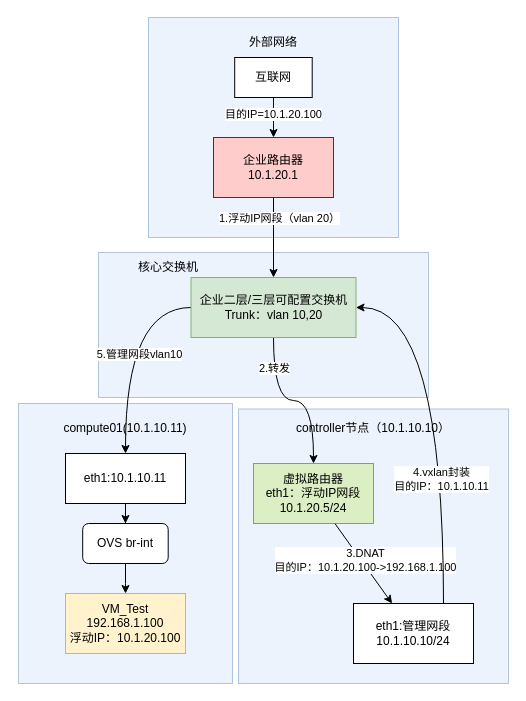
The draw.io diagram 南北流量浮动IP模式.drawio in lrAltas/DrwaIO, before the edit. Source tidied: cells renumbered, new cells numbered last; positions are measured from the earlier drawing's top-left corner, leaving out a move shared by most shapes. Both pictures are drawn from the tidied source at 100%, with x=0, y=0 at pixel (18, 17).
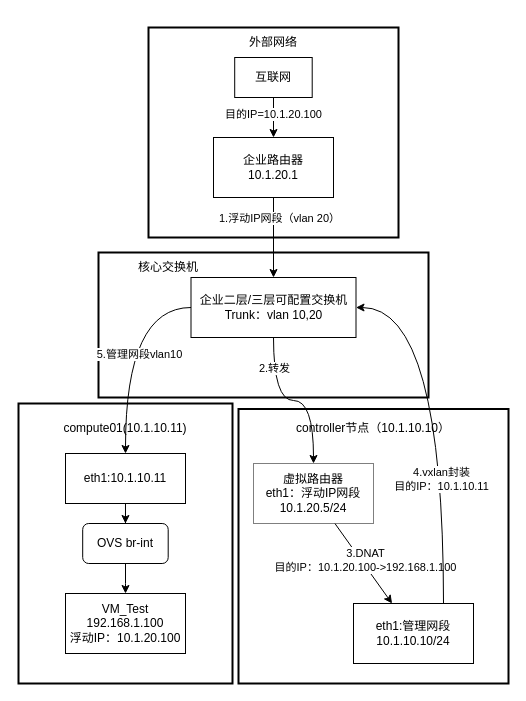
The same diagram, later.

Commit message:
更新南北流量浮动IP模式.drawio

What changed in the source:
```diff
@@
-    <mxCell id="2" style="rounded=0;whiteSpace=wrap;html=1;fillColor=#dae8fc;strokeColor=#6c8ebf;opacity=50;" parent="1" vertex="1">
+    <mxCell id="2" style="rounded=0;whiteSpace=wrap;html=1;strokeWidth=2;" parent="1" vertex="1">
       <mxGeometry x="220" y="391.5" width="270" height="274.5" as="geometry" />
     </mxCell>
-    <mxCell id="3" style="rounded=0;whiteSpace=wrap;html=1;fillColor=#dae8fc;strokeColor=#6c8ebf;opacity=50;" parent="1" vertex="1">
+    <mxCell id="3" style="rounded=0;whiteSpace=wrap;html=1;strokeWidth=2;" parent="1" vertex="1">
       <mxGeometry y="386" width="214" height="280" as="geometry" />
     </mxCell>
-    <mxCell id="4" style="rounded=0;whiteSpace=wrap;html=1;fillColor=#dae8fc;strokeColor=#6c8ebf;opacity=50;" parent="1" vertex="1">
+    <mxCell id="4" style="rounded=0;whiteSpace=wrap;html=1;strokeWidth=2;" parent="1" vertex="1">
       <mxGeometry x="80" y="235" width="330" height="145" as="geometry" />
     </mxCell>
-    <mxCell id="5" style="rounded=0;whiteSpace=wrap;html=1;fillColor=#dae8fc;strokeColor=#6c8ebf;opacity=50;" parent="1" vertex="1">
-      <mxGeometry x="130" width="250" height="220" as="geometry" />
+    <mxCell id="5" style="rounded=0;whiteSpace=wrap;html=1;strokeWidth=2;" parent="1" vertex="1">
+      <mxGeometry x="130" y="10" width="250" height="210" as="geometry" />
     </mxCell>
@@
-    <mxCell id="12" value="&lt;div&gt;企业路由器&lt;/div&gt;&lt;div&gt;10.1.20.1&lt;/div&gt;" style="whiteSpace=wrap;html=1;fillColor=#ffcccc;strokeColor=#36393d;" parent="1" vertex="1">
+    <mxCell id="12" value="&lt;div&gt;企业路由器&lt;/div&gt;&lt;div&gt;10.1.20.1&lt;/div&gt;" style="whiteSpace=wrap;html=1;" parent="1" vertex="1">
       <mxGeometry x="195" y="120" width="120" height="60" as="geometry" />
     </mxCell>
@@
-    <mxCell id="17" value="&lt;div&gt;企业二层/三层可配置交换机&lt;/div&gt;&lt;div&gt;Trunk：vlan 10,20&lt;/div&gt;" style="whiteSpace=wrap;html=1;fillColor=#d5e8d4;strokeColor=#82b366;" parent="1" vertex="1">
+    <mxCell id="17" value="&lt;div&gt;企业二层/三层可配置交换机&lt;/div&gt;&lt;div&gt;Trunk：vlan 10,20&lt;/div&gt;" style="whiteSpace=wrap;html=1;" parent="1" vertex="1">
       <mxGeometry x="172.5" y="260" width="165" height="60" as="geometry" />
     </mxCell>
@@
-    <mxCell id="24" value="&lt;div&gt;VM_Test&lt;/div&gt;&lt;div&gt;192.168.1.100&lt;/div&gt;&lt;div&gt;浮动IP：10.1.20.100&lt;/div&gt;" style="rounded=0;whiteSpace=wrap;html=1;fillColor=#fff2cc;strokeColor=#d6b656;" parent="1" vertex="1">
+    <mxCell id="24" value="&lt;div&gt;VM_Test&lt;/div&gt;&lt;div&gt;192.168.1.100&lt;/div&gt;&lt;div&gt;浮动IP：10.1.20.100&lt;/div&gt;" style="rounded=0;whiteSpace=wrap;html=1;" parent="1" vertex="1">
       <mxGeometry x="47" y="576" width="120" height="60" as="geometry" />
     </mxCell>
@@
-    <mxCell id="27" value="&lt;div&gt;虚拟路由器&lt;/div&gt;&lt;div&gt;eth1：浮动IP网段&lt;/div&gt;&lt;div&gt;10.1.20.5/24&lt;/div&gt;" style="rounded=0;whiteSpace=wrap;html=1;fillColor=#cdeb8b;strokeColor=#36393d;opacity=50;" parent="1" vertex="1">
+    <mxCell id="27" value="&lt;div&gt;虚拟路由器&lt;/div&gt;&lt;div&gt;eth1：浮动IP网段&lt;/div&gt;&lt;div&gt;10.1.20.5/24&lt;/div&gt;" style="rounded=0;whiteSpace=wrap;html=1;opacity=50;" parent="1" vertex="1">
       <mxGeometry x="235" y="446" width="120" height="60" as="geometry" />
     </mxCell>
```
